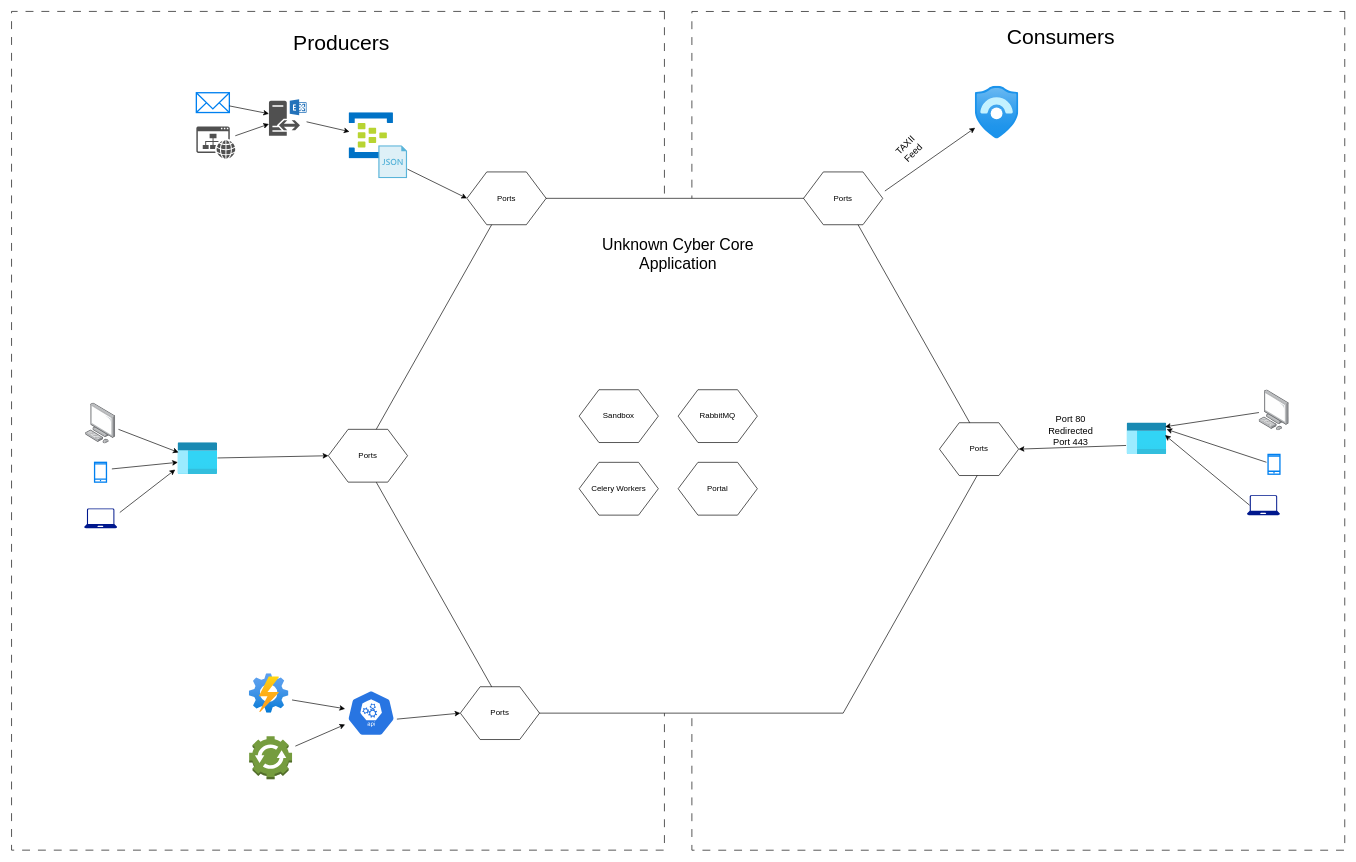
Earlier version of the draw.io diagram UnknownCyber-Hexagon.drawio (Unknown-Cyber-Inc/Docs). Source tidied: cells renumbered, new cells numbered last; positions are measured from the earlier drawing's top-left corner, leaving out a move shared by most shapes. Both pictures are drawn from the tidied source at 66%, with x=0, y=0 at pixel (-82, 26).
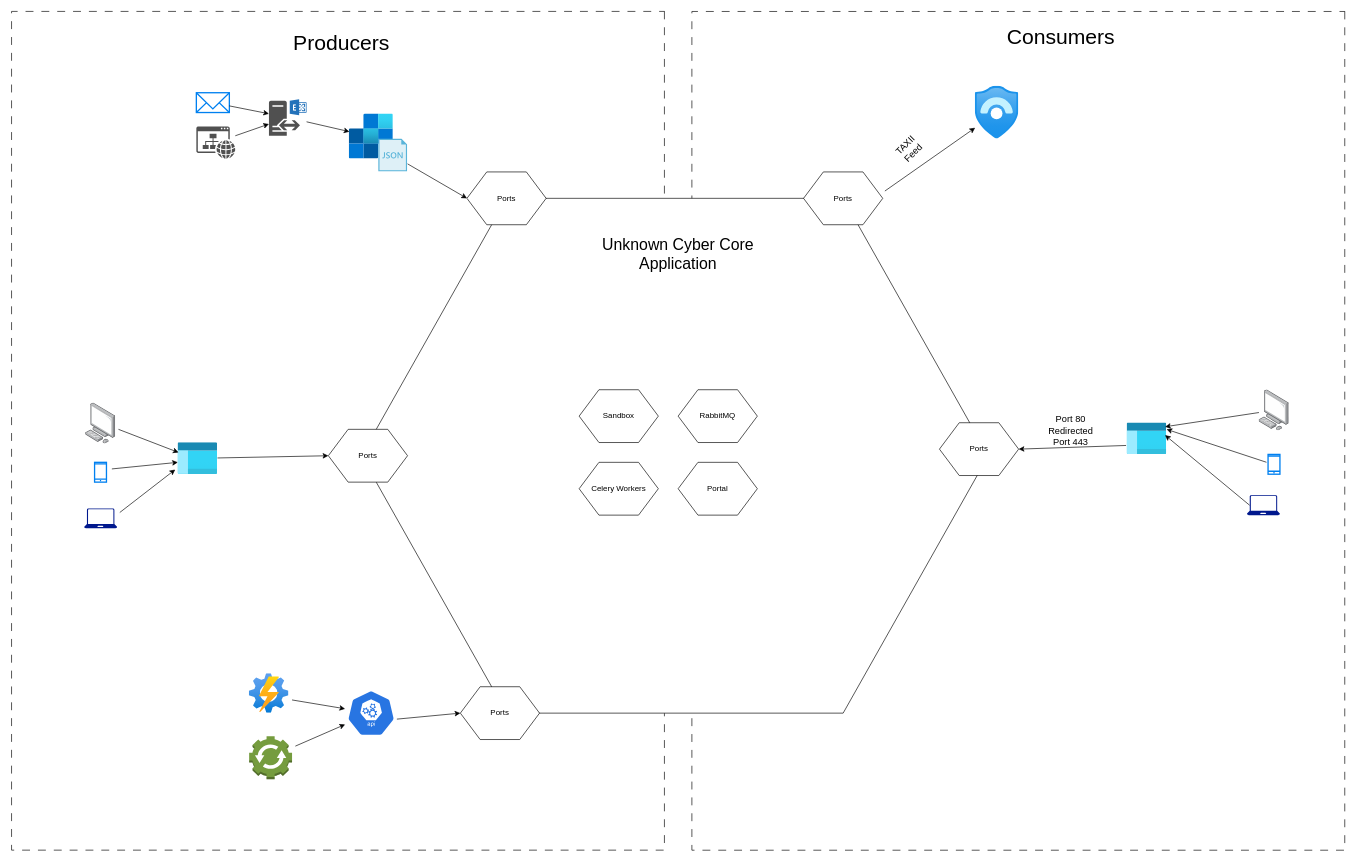
Above is the later version.

Unchanged cells that the change refers to:
```xml
<mxCell id="27" style="sketch=0;shadow=0;dashed=0;html=1;strokeColor=none;fillColor=#505050;labelPosition=center;verticalLabelPosition=bottom;verticalAlign=top;outlineConnect=0;align=center;shape=mxgraph.office.servers.exchange_edge_transport_server;" parent="1" vertex="1">
  <mxGeometry x="531" y="110" width="57" height="55" as="geometry" />
</mxCell>
```

Change to the diagram source:
```diff
@@
-    <mxCell id="12" style="image;sketch=0;html=1;points=[];align=center;fontSize=12;image=img/lib/mscae/Event_Hubs.svg;" parent="1" vertex="1">
-      <mxGeometry x="652.2" y="130" width="67.2" height="70" as="geometry" />
-    </mxCell>
-    <mxCell id="13" style="image;sketch=0;html=1;points=[];align=center;fontSize=12;image=img/lib/mscae/Templates.svg;" parent="1" vertex="1">
-      <mxGeometry x="697" y="180" width="44" height="50" as="geometry" />
-    </mxCell>
@@
-    <mxCell id="28" style="endArrow=classic;html=1;rounded=0;entryX=0.012;entryY=0.414;entryDx=0;entryDy=0;entryPerimeter=0;" parent="1" edge="1" source="27" target="12">
-      <mxGeometry relative="1" as="geometry" />
+    <mxCell id="28" style="endArrow=classic;html=1;rounded=0;entryX=0.012;entryY=0.414;entryDx=0;entryDy=0;entryPerimeter=0;" parent="1" edge="1" source="27">
+      <mxGeometry relative="1" as="geometry">
+        <mxPoint x="653" y="159" as="targetPoint" />
+      </mxGeometry>
     </mxCell>
@@
+    <mxCell id="52" style="image;html=1;align=center;fontSize=12;image=img/lib/azure2/integration/SendGrid_Accounts.svg;" parent="1" vertex="1">
+      <mxGeometry x="652.4" y="132" width="66.8" height="68" as="geometry" />
+    </mxCell>
+    <mxCell id="13" style="image;sketch=0;html=1;points=[];align=center;fontSize=12;image=img/lib/mscae/Templates.svg;" parent="1" vertex="1">
+      <mxGeometry x="697" y="170" width="44" height="50" as="geometry" />
+    </mxCell>
```
